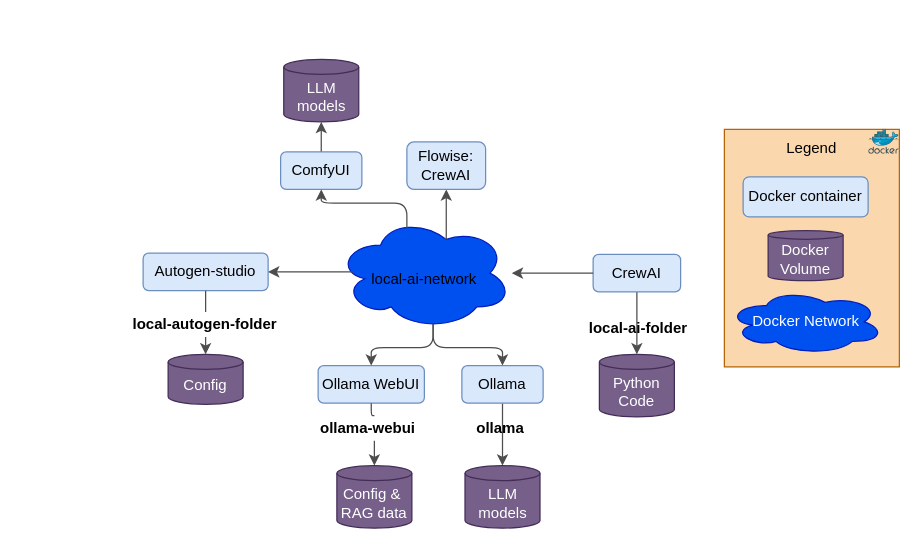
The draw.io diagram docs/overview.drawio in miman/docker-local-ai, before the edit. Source tidied: cells renumbered, new cells numbered last; positions are measured from the earlier drawing's top-left corner, leaving out a move shared by most shapes. Both pictures are drawn from the tidied source at 125%, with x=0, y=0 at pixel (30, 59).
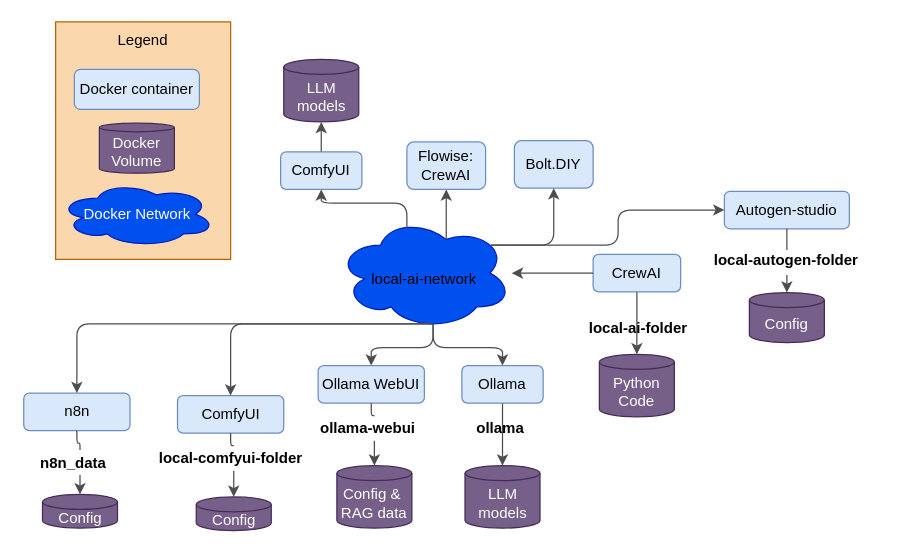
The same page after the edit.

The change refers to these unchanged cells:
```xml
<mxCell id="11" style="ellipse;shape=cloud;whiteSpace=wrap;html=1;align=left;fillColor=#0050ef;fontColor=#ffffff;strokeColor=#001DBC;" parent="1" vertex="1">
  <mxGeometry x="245" y="126" width="140" height="90" as="geometry" />
</mxCell>
```

Change to the diagram source:
```diff
@@
     <mxCell id="2" style="rounded=0;whiteSpace=wrap;html=1;fillColor=#fad7ac;strokeColor=#b46504;" parent="1" vertex="1">
-      <mxGeometry x="555" y="56" width="140" height="190" as="geometry" />
+      <mxGeometry x="20" y="-30" width="140" height="190" as="geometry" />
     </mxCell>
@@
     <mxCell id="19" style="edgeStyle=orthogonalEdgeStyle;rounded=0;orthogonalLoop=1;jettySize=auto;html=1;exitX=0.5;exitY=1;exitDx=0;exitDy=0;" parent="1" edge="1">
       <mxGeometry relative="1" as="geometry">
-        <mxPoint x="200" y="345" as="sourcePoint" />
-        <mxPoint x="200" y="345" as="targetPoint" />
+        <mxPoint x="192.5" y="287.5" as="sourcePoint" />
+        <mxPoint x="192.5" y="287.5" as="targetPoint" />
       </mxGeometry>
     </mxCell>
@@
-    <mxCell id="23" style="edgeStyle=orthogonalEdgeStyle;html=1;entryX=0.5;entryY=0;entryDx=0;entryDy=0;entryPerimeter=0;strokeColor=#4D4D4D;startArrow=none;" parent="1" edge="1" source="34" target="25">
-      <mxGeometry relative="1" as="geometry" />
+    <mxCell id="23" style="edgeStyle=orthogonalEdgeStyle;html=1;entryX=0.5;entryY=0;entryDx=0;entryDy=0;entryPerimeter=0;strokeColor=#4D4D4D;startArrow=none;" parent="1" edge="1" target="25">
+      <mxGeometry relative="1" as="geometry">
+        <mxPoint x="605" y="172.5" as="sourcePoint" />
+      </mxGeometry>
     </mxCell>
     <mxCell id="24" value="Autogen-studio" style="rounded=1;whiteSpace=wrap;html=1;fillColor=#dae8fc;strokeColor=#6c8ebf;fontColor=#000000;" parent="1" vertex="1">
-      <mxGeometry x="90" y="155" width="100" height="30" as="geometry" />
+      <mxGeometry x="555" y="105.5" width="100" height="30" as="geometry" />
     </mxCell>
     <mxCell id="25" value="Config" style="shape=cylinder3;whiteSpace=wrap;html=1;boundedLbl=1;backgroundOutline=1;size=6.010398864746094;fillColor=#76608a;fontColor=#ffffff;strokeColor=#432D57;" parent="1" vertex="1">
-      <mxGeometry x="110" y="236" width="60" height="40" as="geometry" />
+      <mxGeometry x="575" y="186.5" width="60" height="40" as="geometry" />
     </mxCell>
-    <mxCell id="26" style="edgeStyle=orthogonalEdgeStyle;rounded=0;orthogonalLoop=1;jettySize=auto;html=1;exitX=0.5;exitY=1;exitDx=0;exitDy=0;" parent="1" edge="1">
-      <mxGeometry relative="1" as="geometry">
-        <mxPoint x="75" y="245" as="sourcePoint" />
-        <mxPoint x="75" y="245" as="targetPoint" />
-      </mxGeometry>
-    </mxCell>
-    <mxCell id="27" style="edgeStyle=orthogonalEdgeStyle;html=1;strokeColor=#4D4D4D;exitX=0.098;exitY=0.489;exitDx=0;exitDy=0;exitPerimeter=0;" parent="1" edge="1" source="11" target="24">
+    <mxCell id="27" style="edgeStyle=orthogonalEdgeStyle;html=1;strokeColor=#4D4D4D;exitX=0.88;exitY=0.25;exitDx=0;exitDy=0;exitPerimeter=0;" parent="1" edge="1" source="11" target="24">
       <mxGeometry relative="1" as="geometry" />
     </mxCell>
     <mxCell id="28" value="Docker container" style="rounded=1;whiteSpace=wrap;html=1;fillColor=#dae8fc;strokeColor=#6c8ebf;fontColor=#000000;" parent="1" vertex="1">
-      <mxGeometry x="570" y="94" width="100" height="32" as="geometry" />
+      <mxGeometry x="35" y="8" width="100" height="32" as="geometry" />
     </mxCell>
     <mxCell id="29" value="Docker Volume" style="shape=cylinder3;whiteSpace=wrap;html=1;boundedLbl=1;backgroundOutline=1;size=3.4547958374023438;fillColor=#76608a;fontColor=#ffffff;strokeColor=#432D57;" parent="1" vertex="1">
-      <mxGeometry x="590" y="137" width="60" height="40" as="geometry" />
+      <mxGeometry x="55" y="51" width="60" height="40" as="geometry" />
     </mxCell>
-    <mxCell id="30" style="edgeStyle=orthogonalEdgeStyle;rounded=0;orthogonalLoop=1;jettySize=auto;html=1;exitX=0.5;exitY=1;exitDx=0;exitDy=0;" parent="1" edge="1">
-      <mxGeometry relative="1" as="geometry">
-        <mxPoint x="555" y="137" as="sourcePoint" />
-        <mxPoint x="555" y="137" as="targetPoint" />
-      </mxGeometry>
-    </mxCell>
-    <mxCell id="31" style="sketch=0;html=1;align=center;image;fontSize=12;image=img/lib/mscae/Docker.svg;fontColor=#000000;" parent="1" vertex="1">
-      <mxGeometry x="670.6" y="56" width="24.4" height="20" as="geometry" />
-    </mxCell>
     <mxCell id="32" value="Docker Network" style="ellipse;shape=cloud;whiteSpace=wrap;html=1;align=center;fillColor=#0050ef;fontColor=#ffffff;strokeColor=#001DBC;" parent="1" vertex="1">
-      <mxGeometry x="557.5" y="184" width="125" height="52" as="geometry" />
+      <mxGeometry x="22.5" y="98" width="125" height="52" as="geometry" />
     </mxCell>
-    <mxCell id="33" style="edgeStyle=orthogonalEdgeStyle;html=1;entryX=0.5;entryY=0;entryDx=0;entryDy=0;entryPerimeter=0;strokeColor=#4D4D4D;endArrow=none;" parent="1" edge="1" source="24" target="34">
-      <mxGeometry relative="1" as="geometry" />
+    <mxCell id="33" style="edgeStyle=orthogonalEdgeStyle;html=1;entryX=0.5;entryY=0;entryDx=0;entryDy=0;entryPerimeter=0;strokeColor=#4D4D4D;endArrow=none;" parent="1" edge="1" source="24">
+      <mxGeometry relative="1" as="geometry">
+        <mxPoint x="605" y="152.5" as="targetPoint" />
+      </mxGeometry>
     </mxCell>
     <mxCell id="34" value="&lt;b&gt;local-autogen-folder&lt;/b&gt;" style="text;html=1;strokeColor=none;fillColor=none;align=left;verticalAlign=middle;whiteSpace=wrap;rounded=0;fontColor=#000000;" parent="1" vertex="1">
-      <mxGeometry x="80" y="202" width="120" height="20" as="geometry" />
+      <mxGeometry x="545" y="151" width="120" height="20" as="geometry" />
     </mxCell>
@@
     <mxCell id="37" value="Legend" style="text;html=1;strokeColor=none;fillColor=none;align=center;verticalAlign=middle;whiteSpace=wrap;rounded=0;fontColor=#000000;" parent="1" vertex="1">
-      <mxGeometry x="595" y="56" width="60" height="30" as="geometry" />
+      <mxGeometry x="60" y="-30" width="60" height="30" as="geometry" />
     </mxCell>
@@
+    <mxCell id="43" style="edgeStyle=orthogonalEdgeStyle;html=1;strokeColor=#4D4D4D;labelBackgroundColor=none;fontColor=#000000;exitX=0.88;exitY=0.25;exitDx=0;exitDy=0;exitPerimeter=0;" parent="1" edge="1" source="11" target="44">
+      <mxGeometry y="40" relative="1" as="geometry" />
+    </mxCell>
+    <mxCell id="44" value="Bolt.DIY" style="rounded=1;whiteSpace=wrap;html=1;fillColor=#dae8fc;strokeColor=#6c8ebf;fontColor=#000000;" parent="1" vertex="1">
+      <mxGeometry x="387" y="65" width="63" height="38" as="geometry" />
+    </mxCell>
+    <mxCell id="45" style="edgeStyle=orthogonalEdgeStyle;html=1;entryX=0.5;entryY=0;entryDx=0;entryDy=0;entryPerimeter=0;strokeColor=#4D4D4D;startArrow=none;" parent="1" edge="1" source="50" target="47">
+      <mxGeometry relative="1" as="geometry" />
+    </mxCell>
+    <mxCell id="46" value="ComfyUI" style="rounded=1;whiteSpace=wrap;html=1;fillColor=#dae8fc;strokeColor=#6c8ebf;fontColor=#000000;" parent="1" vertex="1">
+      <mxGeometry x="117.5" y="269" width="85" height="30" as="geometry" />
+    </mxCell>
+    <mxCell id="47" value="Config" style="shape=cylinder3;whiteSpace=wrap;html=1;boundedLbl=1;backgroundOutline=1;size=6.010398864746094;fillColor=#76608a;fontColor=#ffffff;strokeColor=#432D57;" parent="1" vertex="1">
+      <mxGeometry x="132.5" y="350" width="60" height="27" as="geometry" />
+    </mxCell>
+    <mxCell id="48" style="edgeStyle=orthogonalEdgeStyle;html=1;strokeColor=#4D4D4D;exitX=0.55;exitY=0.95;exitDx=0;exitDy=0;exitPerimeter=0;" parent="1" edge="1" source="11" target="46">
+      <mxGeometry relative="1" as="geometry" />
+    </mxCell>
+    <mxCell id="49" style="edgeStyle=orthogonalEdgeStyle;html=1;entryX=0.5;entryY=0;entryDx=0;entryDy=0;entryPerimeter=0;strokeColor=#4D4D4D;endArrow=none;" parent="1" edge="1" source="46" target="50">
+      <mxGeometry relative="1" as="geometry" />
+    </mxCell>
+    <mxCell id="50" value="&lt;b&gt;local-comfyui-folder&lt;/b&gt;" style="text;html=1;strokeColor=none;fillColor=none;align=left;verticalAlign=middle;whiteSpace=wrap;rounded=0;fontColor=#000000;" parent="1" vertex="1">
+      <mxGeometry x="101" y="309" width="123" height="20" as="geometry" />
+    </mxCell>
+    <mxCell id="51" style="edgeStyle=orthogonalEdgeStyle;rounded=0;orthogonalLoop=1;jettySize=auto;html=1;exitX=0.5;exitY=1;exitDx=0;exitDy=0;" parent="1" edge="1">
+      <mxGeometry relative="1" as="geometry">
+        <mxPoint x="69.5" y="285.5" as="sourcePoint" />
+        <mxPoint x="70" y="286" as="targetPoint" />
+      </mxGeometry>
+    </mxCell>
+    <mxCell id="52" style="edgeStyle=orthogonalEdgeStyle;html=1;entryX=0.5;entryY=0;entryDx=0;entryDy=0;entryPerimeter=0;strokeColor=#4D4D4D;startArrow=none;" parent="1" edge="1" source="56" target="54">
+      <mxGeometry relative="1" as="geometry" />
+    </mxCell>
+    <mxCell id="53" value="n8n" style="rounded=1;whiteSpace=wrap;html=1;fillColor=#dae8fc;strokeColor=#6c8ebf;fontColor=#000000;" parent="1" vertex="1">
+      <mxGeometry x="-5.5" y="267" width="85" height="30" as="geometry" />
+    </mxCell>
+    <mxCell id="54" value="Config" style="shape=cylinder3;whiteSpace=wrap;html=1;boundedLbl=1;backgroundOutline=1;size=6.010398864746094;fillColor=#76608a;fontColor=#ffffff;strokeColor=#432D57;" parent="1" vertex="1">
+      <mxGeometry x="9.5" y="348" width="60" height="27" as="geometry" />
+    </mxCell>
+    <mxCell id="55" style="edgeStyle=orthogonalEdgeStyle;html=1;entryX=0.5;entryY=0;entryDx=0;entryDy=0;entryPerimeter=0;strokeColor=#4D4D4D;endArrow=none;" parent="1" edge="1" source="53" target="56">
+      <mxGeometry relative="1" as="geometry" />
+    </mxCell>
+    <mxCell id="56" value="&lt;b&gt;n8n_data&lt;/b&gt;" style="text;html=1;strokeColor=none;fillColor=none;align=left;verticalAlign=middle;whiteSpace=wrap;rounded=0;fontColor=#000000;" parent="1" vertex="1">
+      <mxGeometry x="6" y="312.5" width="67" height="20" as="geometry" />
+    </mxCell>
+    <mxCell id="57" style="edgeStyle=orthogonalEdgeStyle;html=1;strokeColor=#4D4D4D;exitX=0.55;exitY=0.95;exitDx=0;exitDy=0;exitPerimeter=0;entryX=0.5;entryY=0;entryDx=0;entryDy=0;" parent="1" edge="1" source="11" target="53">
+      <mxGeometry relative="1" as="geometry" />
+    </mxCell>
```
